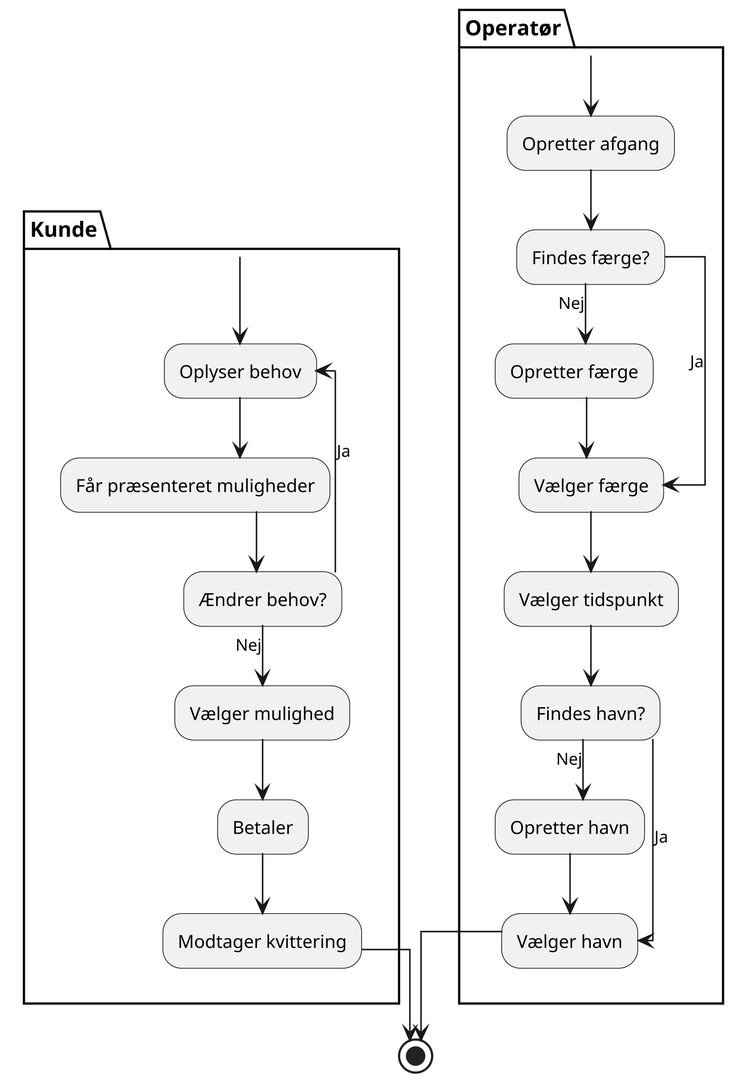
The PlantUML diagram public/reservation_flow.png in marc8193/H6PD080126, before a commit. Its diagram source:
```plantuml
@startuml
skinparam linetype ortho
skinparam dpi 400

partition Kunde {
  "Kunde" --> "Oplyser behov" as behov
  --> "Får præsenteret muligheder" as muligheder
  --> "Ændrer behov?" as ændrer

  ændrer -->[Ja] behov
  ændrer -->[Nej] "Vælger mulighed"
  --> "Betaler"
  --> "Modtager kvittering"
}

--> (*)

partition Operatør {
  "Operatør" --> "Opretter afgang"
  --> "Findes færge?" as findes_færge

  findes_færge -->[Nej] "Opretter færge"
  --> "Vælger færge" as vælger_færge

  findes_færge -->[Ja] vælger_færge

  vælger_færge --> "Vælger tidspunkt"
  --> "Findes havn?" as findes_havn

  findes_havn -->[Nej] "Opretter havn"
  --> "Vælger havn" as vælger_havn

  findes_havn -->[Ja] vælger_havn
}

--> (*)

@enduml
```
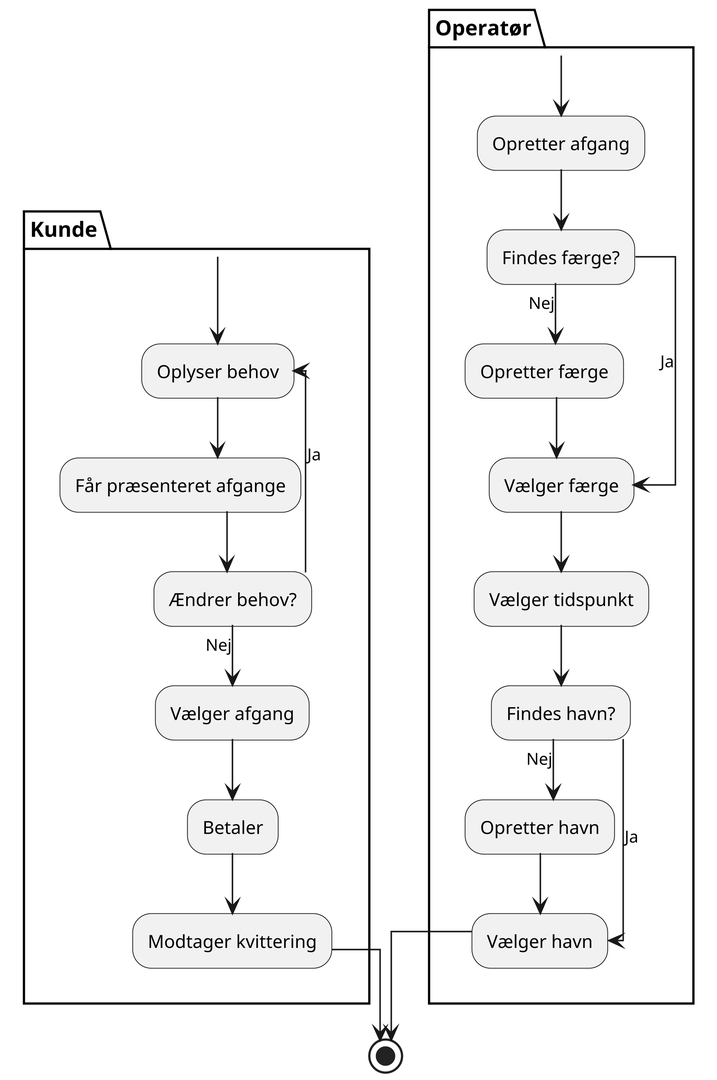
After the change.

Diff of the diagram source:
```diff
@@ -4,11 +4,11 @@
 
 partition Kunde {
   "Kunde" --> "Oplyser behov" as behov
-  --> "Får præsenteret muligheder" as muligheder
+  --> "Får præsenteret afgange" as afgange
   --> "Ændrer behov?" as ændrer
 
   ændrer -->[Ja] behov
-  ændrer -->[Nej] "Vælger mulighed"
+  ændrer -->[Nej] "Vælger afgang"
   --> "Betaler"
   --> "Modtager kvittering"
 }
```
